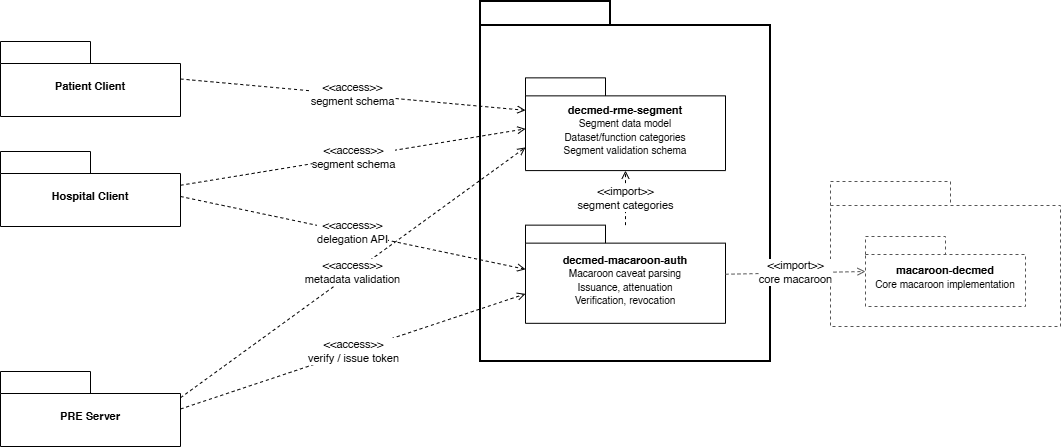
This is src/resources/chapter-4/Package Diagram.png from TazakiN/upgraded-fortnight, a draw.io export, as it was before one commit. Source tidied: cells renumbered, new cells last; positions are measured from the earlier drawing's top-left corner, leaving out a move shared by most shapes. Its diagram source:
```xml
<mxGraphModel>
  <root>
    <mxCell id="0" />
    <mxCell id="1" parent="0" />
    <mxCell id="2" value="&lt;b&gt;Patient Client&lt;/b&gt;" style="shape=folder;whiteSpace=wrap;html=1;tabWidth=90;tabHeight=22;tabPosition=left;rounded=0;fillColor=#ffffff;strokeColor=#000000;strokeWidth=1;fontSize=11;align=center;spacingTop=14;" parent="1" vertex="1">
      <mxGeometry y="40" width="180" height="75" as="geometry" />
    </mxCell>
    <mxCell id="3" value="&lt;b&gt;Hospital Client&lt;/b&gt;" style="shape=folder;whiteSpace=wrap;html=1;tabWidth=90;tabHeight=22;tabPosition=left;rounded=0;fillColor=#ffffff;strokeColor=#000000;strokeWidth=1;fontSize=11;align=center;spacingTop=14;" parent="1" vertex="1">
      <mxGeometry y="150" width="180" height="75" as="geometry" />
    </mxCell>
    <mxCell id="4" value="&lt;b&gt;PRE Server&lt;/b&gt;" style="shape=folder;whiteSpace=wrap;html=1;tabWidth=90;tabHeight=22;tabPosition=left;rounded=0;fillColor=#ffffff;strokeColor=#000000;strokeWidth=1;fontSize=11;align=center;spacingTop=14;" parent="1" vertex="1">
      <mxGeometry y="370" width="180" height="75" as="geometry" />
    </mxCell>
    <mxCell id="5" style="shape=folder;whiteSpace=wrap;html=1;tabWidth=130;tabHeight=24;tabPosition=left;rounded=0;fillColor=#ffffff;strokeColor=#000000;strokeWidth=2;fontSize=12;align=left;verticalAlign=top;spacingLeft=12;spacingTop=6;" parent="1" vertex="1">
      <mxGeometry x="480" width="290" height="360" as="geometry" />
    </mxCell>
    <mxCell id="6" value="&lt;b&gt;decmed-rme-segment&lt;/b&gt;&lt;br&gt;&lt;font style=&quot;font-size:10px&quot;&gt;Segment data model&lt;br&gt;Dataset/function categories&lt;br&gt;Segment validation schema&lt;/font&gt;" style="shape=folder;whiteSpace=wrap;html=1;tabWidth=80;tabHeight=18;tabPosition=left;rounded=0;fillColor=#ffffff;strokeColor=#000000;strokeWidth=1;fontSize=11;align=center;spacingTop=12;" parent="5" vertex="1">
      <mxGeometry x="45" y="76.4" width="200" height="92.7" as="geometry" />
    </mxCell>
    <mxCell id="7" value="&lt;b&gt;decmed-macaroon-auth&lt;/b&gt;&lt;br&gt;&lt;font style=&quot;font-size:10px&quot;&gt;Macaroon caveat parsing&lt;br&gt;Issuance, attenuation&lt;br&gt;Verification, revocation&lt;/font&gt;" style="shape=folder;whiteSpace=wrap;html=1;tabWidth=80;tabHeight=18;tabPosition=left;rounded=0;fillColor=#ffffff;strokeColor=#000000;strokeWidth=1;fontSize=11;align=center;spacingTop=12;" parent="5" vertex="1">
      <mxGeometry x="45" y="223.6" width="200" height="98.2" as="geometry" />
    </mxCell>
    <mxCell id="8" value="&amp;lt;&amp;lt;import&amp;gt;&amp;gt;&lt;br&gt;segment categories" style="endArrow=open;dashed=1;html=1;rounded=0;strokeColor=#000000;strokeWidth=1;exitX=0.5;exitY=0;entryX=0.5;entryY=1;" parent="5" edge="1" source="7" target="6">
      <mxGeometry relative="1" as="geometry" />
    </mxCell>
    <mxCell id="9" style="shape=folder;whiteSpace=wrap;html=1;tabWidth=120;tabHeight=24;tabPosition=left;rounded=0;fillColor=#ffffff;strokeColor=#555555;strokeWidth=1;dashed=1;fontSize=12;align=left;verticalAlign=top;spacingLeft=12;spacingTop=6;" parent="1" vertex="1">
      <mxGeometry x="830" y="180" width="230" height="145" as="geometry" />
    </mxCell>
    <mxCell id="10" value="&lt;b&gt;macaroon-decmed&lt;/b&gt;&lt;br&gt;&lt;font style=&quot;font-size:10px&quot;&gt;Core macaroon implementation&lt;br&gt;&lt;/font&gt;" style="shape=folder;whiteSpace=wrap;html=1;tabWidth=80;tabHeight=18;tabPosition=left;rounded=0;fillColor=#ffffff;strokeColor=#555555;strokeWidth=1;dashed=1;fontSize=11;align=center;spacingTop=12;" parent="9" vertex="1">
      <mxGeometry x="35" y="55" width="160" height="70" as="geometry" />
    </mxCell>
    <mxCell id="11" value="&amp;lt;&amp;lt;access&amp;gt;&amp;gt;&lt;br&gt;segment schema" style="endArrow=open;dashed=1;html=1;rounded=0;strokeColor=#000000;strokeWidth=1;exitX=1;exitY=0.5;entryX=0;entryY=0.35;" parent="1" edge="1" source="2" target="6">
      <mxGeometry relative="1" as="geometry" />
    </mxCell>
    <mxCell id="12" value="&amp;lt;&amp;lt;access&amp;gt;&amp;gt;&lt;br&gt;segment schema" style="endArrow=open;dashed=1;html=1;rounded=0;strokeColor=#000000;strokeWidth=1;exitX=1;exitY=0.45;entryX=0;entryY=0.55;" parent="1" edge="1" source="3" target="6">
      <mxGeometry relative="1" as="geometry" />
    </mxCell>
    <mxCell id="13" value="&amp;lt;&amp;lt;access&amp;gt;&amp;gt;&lt;br&gt;delegation API" style="endArrow=open;dashed=1;html=1;rounded=0;strokeColor=#000000;strokeWidth=1;exitX=1;exitY=0.6;entryX=0;entryY=0.45;" parent="1" edge="1" source="3" target="7">
      <mxGeometry relative="1" as="geometry" />
    </mxCell>
    <mxCell id="14" value="&amp;lt;&amp;lt;access&amp;gt;&amp;gt;&lt;br&gt;metadata validation" style="endArrow=open;dashed=1;html=1;rounded=0;strokeColor=#000000;strokeWidth=1;exitX=1;exitY=0.35;entryX=0;entryY=0.75;" parent="1" edge="1" source="4" target="6">
      <mxGeometry relative="1" as="geometry" />
    </mxCell>
    <mxCell id="15" value="&amp;lt;&amp;lt;access&amp;gt;&amp;gt;&lt;br&gt;verify / issue token" style="endArrow=open;dashed=1;html=1;rounded=0;strokeColor=#000000;strokeWidth=1;exitX=1;exitY=0.5;entryX=0;entryY=0.7;" parent="1" edge="1" source="4" target="7">
      <mxGeometry relative="1" as="geometry" />
    </mxCell>
    <mxCell id="16" value="&amp;lt;&amp;lt;import&amp;gt;&amp;gt;&lt;br&gt;core macaroon" style="endArrow=open;dashed=1;html=1;rounded=0;strokeColor=#555555;strokeWidth=1;exitX=1;exitY=0.5;entryX=0;entryY=0.5;" parent="1" edge="1" source="7" target="10">
      <mxGeometry relative="1" as="geometry" />
    </mxCell>
  </root>
</mxGraphModel>
```
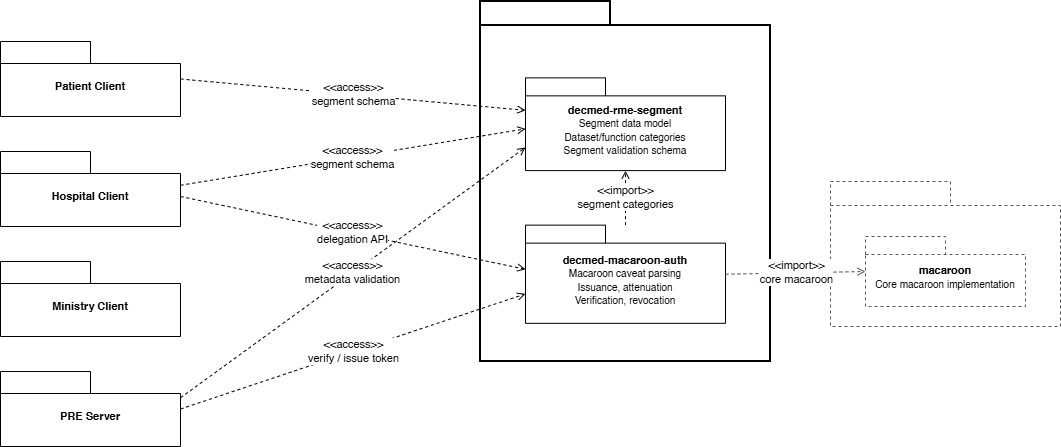
The same file after the commit.

Diff of the diagram source:
```diff
@@ -26,7 +26,7 @@
     <mxCell id="9" style="shape=folder;whiteSpace=wrap;html=1;tabWidth=120;tabHeight=24;tabPosition=left;rounded=0;fillColor=#ffffff;strokeColor=#555555;strokeWidth=1;dashed=1;fontSize=12;align=left;verticalAlign=top;spacingLeft=12;spacingTop=6;" parent="1" vertex="1">
       <mxGeometry x="830" y="180" width="230" height="145" as="geometry" />
     </mxCell>
-    <mxCell id="10" value="&lt;b&gt;macaroon-decmed&lt;/b&gt;&lt;br&gt;&lt;font style=&quot;font-size:10px&quot;&gt;Core macaroon implementation&lt;br&gt;&lt;/font&gt;" style="shape=folder;whiteSpace=wrap;html=1;tabWidth=80;tabHeight=18;tabPosition=left;rounded=0;fillColor=#ffffff;strokeColor=#555555;strokeWidth=1;dashed=1;fontSize=11;align=center;spacingTop=12;" parent="9" vertex="1">
+    <mxCell id="10" value="&lt;b&gt;macaroon&lt;/b&gt;&lt;br&gt;&lt;font style=&quot;font-size:10px&quot;&gt;Core macaroon implementation&lt;br&gt;&lt;/font&gt;" style="shape=folder;whiteSpace=wrap;html=1;tabWidth=80;tabHeight=18;tabPosition=left;rounded=0;fillColor=#ffffff;strokeColor=#555555;strokeWidth=1;dashed=1;fontSize=11;align=center;spacingTop=12;" parent="9" vertex="1">
       <mxGeometry x="35" y="55" width="160" height="70" as="geometry" />
     </mxCell>
     <mxCell id="11" value="&amp;lt;&amp;lt;access&amp;gt;&amp;gt;&lt;br&gt;segment schema" style="endArrow=open;dashed=1;html=1;rounded=0;strokeColor=#000000;strokeWidth=1;exitX=1;exitY=0.5;entryX=0;entryY=0.35;" parent="1" edge="1" source="2" target="6">
@@ -47,5 +47,8 @@
     <mxCell id="16" value="&amp;lt;&amp;lt;import&amp;gt;&amp;gt;&lt;br&gt;core macaroon" style="endArrow=open;dashed=1;html=1;rounded=0;strokeColor=#555555;strokeWidth=1;exitX=1;exitY=0.5;entryX=0;entryY=0.5;" parent="1" edge="1" source="7" target="10">
       <mxGeometry relative="1" as="geometry" />
     </mxCell>
+    <mxCell id="17" value="&lt;b&gt;Ministry Client&lt;/b&gt;" style="shape=folder;whiteSpace=wrap;html=1;tabWidth=90;tabHeight=22;tabPosition=left;rounded=0;fillColor=#ffffff;strokeColor=#000000;strokeWidth=1;fontSize=11;align=center;spacingTop=14;" parent="1" vertex="1">
+      <mxGeometry y="260" width="180" height="75" as="geometry" />
+    </mxCell>
   </root>
 </mxGraphModel>
```
